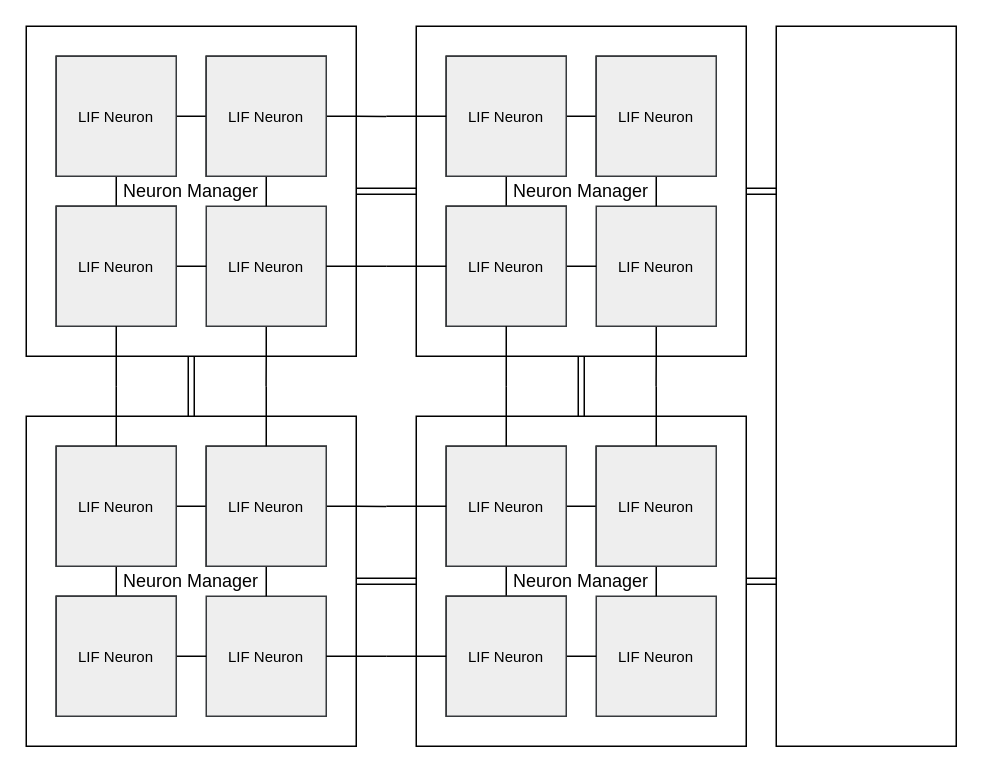
Above: thesis.drawio in Steampunkery/drawio (draw.io), before the change. Source tidied: cells renumbered, new cells numbered last; positions are measured from the earlier drawing's top-left corner, leaving out a move shared by most shapes. Both pictures are drawn from the tidied source at 150%, with x=0, y=0 at pixel (26, 26).
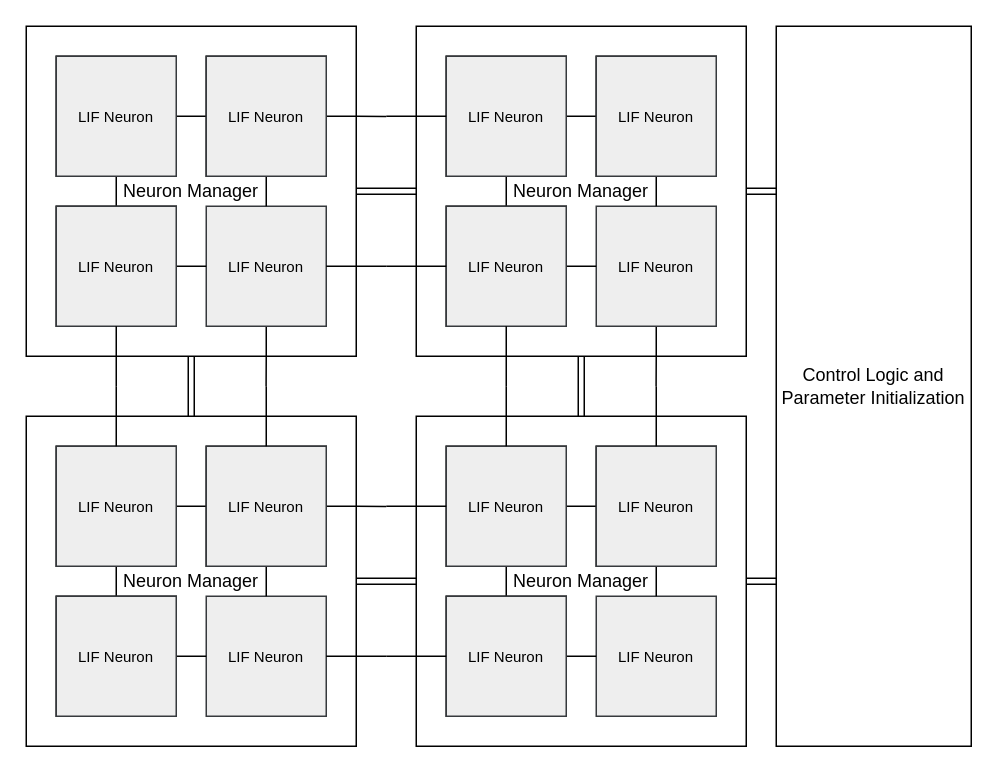
The same diagram, later.

The edit, as a diff of the source:
```diff
@@
-    <mxCell id="70" style="rounded=0;whiteSpace=wrap;html=1;" parent="1" vertex="1">
-      <mxGeometry x="500" width="120" height="480" as="geometry" />
+    <mxCell id="70" value="Control Logic and Parameter Initialization" style="rounded=0;whiteSpace=wrap;html=1;" parent="1" vertex="1">
+      <mxGeometry x="500" width="130" height="480" as="geometry" />
     </mxCell>
```
